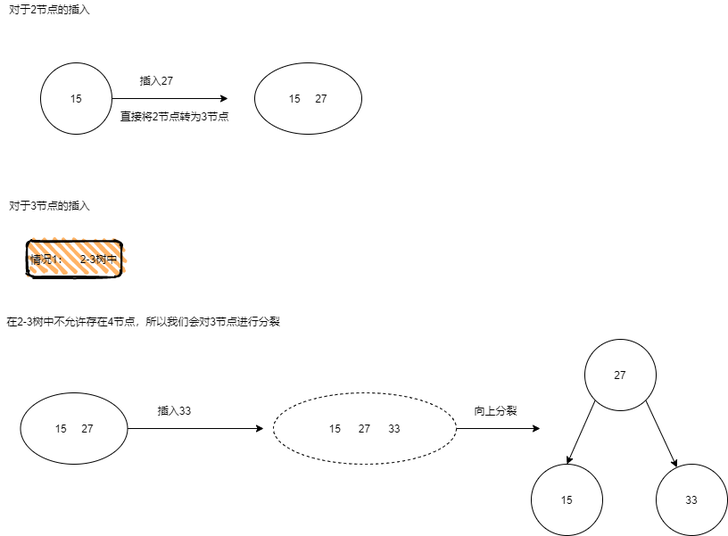
This is InsertIfuckDraw.png from moonhui/DrawFiles, a draw.io export, as it was before one commit. Source tidied: cells renumbered, new cells last; positions are measured from the earlier drawing's top-left corner, leaving out a move shared by most shapes.
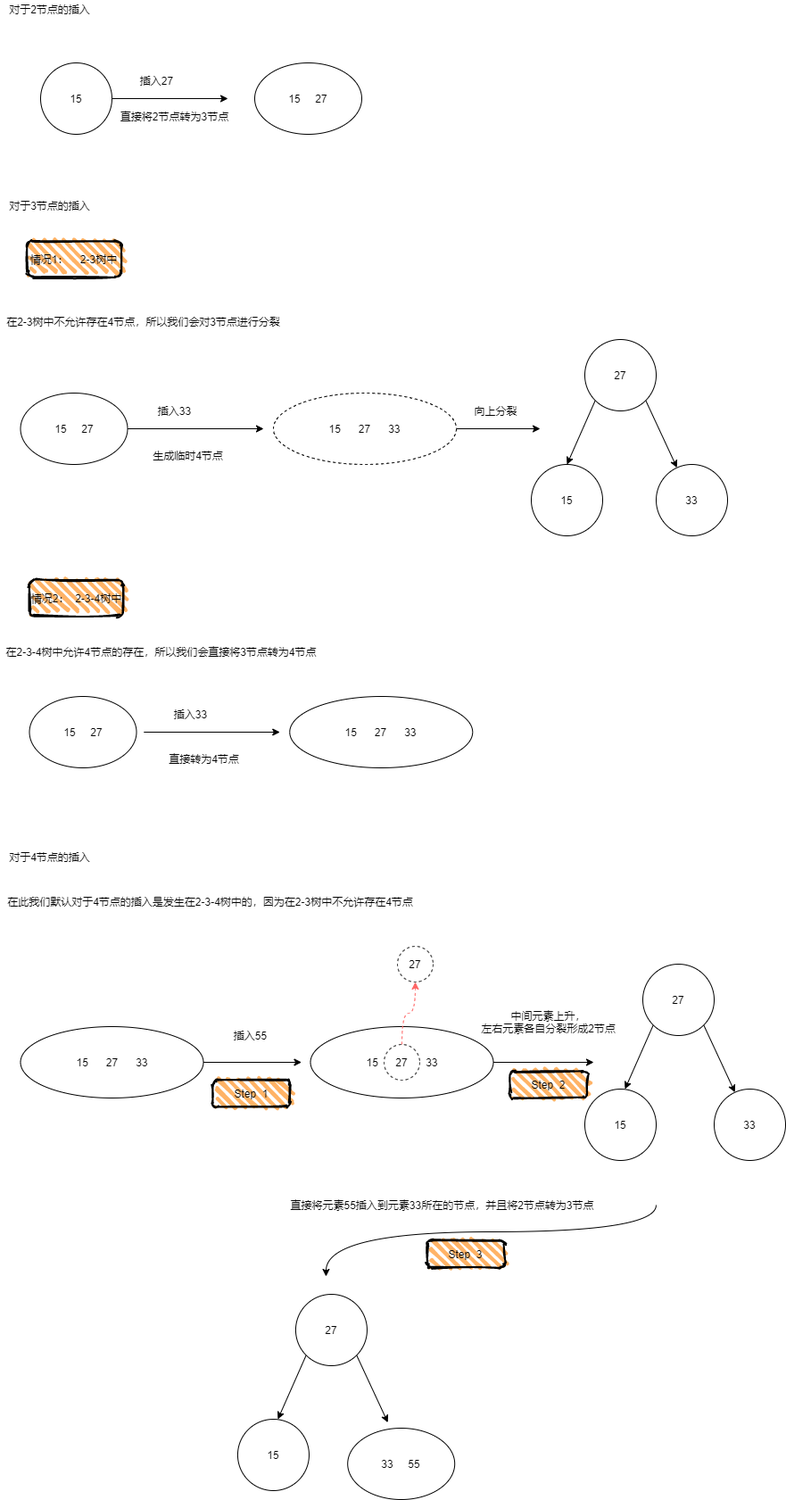
The same file after the commit.

The edit, as a diff of the source:
```diff
@@ -68,5 +68,127 @@
     <mxCell id="21" value="33" style="ellipse;whiteSpace=wrap;html=1;" parent="1" vertex="1">
       <mxGeometry x="735" y="520" width="80" height="80" as="geometry" />
     </mxCell>
+    <mxCell id="22" value="生成临时4节点" style="text;html=1;align=center;verticalAlign=middle;" parent="1" vertex="1">
+      <mxGeometry x="165" y="500" width="90" height="20" as="geometry" />
+    </mxCell>
+    <mxCell id="23" value="情况2：&amp;nbsp; 2-3-4树中" style="rounded=1;whiteSpace=wrap;html=1;strokeWidth=2;fillWeight=4;hachureGap=8;hachureAngle=45;sketch=1;fillColor=#FFB366;" parent="1" vertex="1">
+      <mxGeometry x="32.5" y="650" width="105" height="40" as="geometry" />
+    </mxCell>
+    <mxCell id="24" value="在2-3-4树中允许4节点的存在，所以我们会直接将3节点转为4节点" style="text;html=1;align=center;verticalAlign=middle;" parent="1" vertex="1">
+      <mxGeometry y="720" width="360" height="20" as="geometry" />
+    </mxCell>
+    <mxCell id="25" style="edgeStyle=orthogonalEdgeStyle;rounded=0;orthogonalLoop=1;jettySize=auto;html=1;exitX=1;exitY=0.5;exitDx=0;exitDy=0;" parent="1" edge="1">
+      <mxGeometry relative="1" as="geometry">
+        <mxPoint x="160.8" y="820" as="sourcePoint" />
+        <mxPoint x="313.2" y="820" as="targetPoint" />
+      </mxGeometry>
+    </mxCell>
+    <mxCell id="26" value="插入33" style="text;html=1;align=center;verticalAlign=middle;" parent="1" vertex="1">
+      <mxGeometry x="188.2" y="790" width="50" height="20" as="geometry" />
+    </mxCell>
+    <mxCell id="27" value="15&amp;nbsp; &amp;nbsp; &amp;nbsp; 27&amp;nbsp; &amp;nbsp; &amp;nbsp; 33" style="ellipse;whiteSpace=wrap;html=1;fillColor=#FFFFFF;" parent="1" vertex="1">
+      <mxGeometry x="324.2" y="780" width="205" height="80" as="geometry" />
+    </mxCell>
+    <mxCell id="28" value="直接转为4节点" style="text;html=1;align=center;verticalAlign=middle;" parent="1" vertex="1">
+      <mxGeometry x="183.2" y="840" width="90" height="20" as="geometry" />
+    </mxCell>
+    <mxCell id="29" value="15&amp;nbsp; &amp;nbsp; &amp;nbsp;27" style="ellipse;whiteSpace=wrap;html=1;" parent="1" vertex="1">
+      <mxGeometry x="32.5" y="780" width="120" height="80" as="geometry" />
+    </mxCell>
+    <mxCell id="30" value="对于4节点的插入" style="text;html=1;align=center;verticalAlign=middle;" parent="1" vertex="1">
+      <mxGeometry y="950" width="110" height="20" as="geometry" />
+    </mxCell>
+    <mxCell id="31" value="在此我们默认对于4节点的插入是发生在2-3-4树中的，因为在2-3树中不允许存在4节点" style="text;html=1;align=center;verticalAlign=middle;" parent="1" vertex="1">
+      <mxGeometry y="1000" width="470" height="20" as="geometry" />
+    </mxCell>
+    <mxCell id="32" style="edgeStyle=none;rounded=0;jettySize=auto;html=1;exitX=1;exitY=0.5;exitDx=0;exitDy=0;" parent="1" edge="1" source="33">
+      <mxGeometry relative="1" as="geometry">
+        <mxPoint x="337.5" y="1190" as="targetPoint" />
+      </mxGeometry>
+    </mxCell>
+    <mxCell id="33" value="15&amp;nbsp; &amp;nbsp; &amp;nbsp; 27&amp;nbsp; &amp;nbsp; &amp;nbsp; 33" style="ellipse;whiteSpace=wrap;html=1;fillColor=#FFFFFF;" parent="1" vertex="1">
+      <mxGeometry x="22.5" y="1150" width="205" height="80" as="geometry" />
+    </mxCell>
+    <mxCell id="34" style="edgeStyle=orthogonalEdgeStyle;curved=1;rounded=0;jettySize=auto;html=1;exitX=1;exitY=0.5;exitDx=0;exitDy=0;" parent="1" edge="1" source="35">
+      <mxGeometry relative="1" as="geometry">
+        <mxPoint x="665" y="1190" as="targetPoint" />
+      </mxGeometry>
+    </mxCell>
+    <mxCell id="35" value="15&amp;nbsp; &amp;nbsp; &amp;nbsp; 27&amp;nbsp; &amp;nbsp; &amp;nbsp; 33" style="ellipse;whiteSpace=wrap;html=1;fillColor=#FFFFFF;" parent="1" vertex="1">
+      <mxGeometry x="347.5" y="1150" width="205" height="80" as="geometry" />
+    </mxCell>
+    <mxCell id="36" value="27" style="ellipse;whiteSpace=wrap;html=1;fillColor=#FFFFFF;dashed=1;" parent="1" vertex="1">
+      <mxGeometry x="430" y="1170" width="40" height="40" as="geometry" />
+    </mxCell>
+    <mxCell id="37" value="27" style="ellipse;whiteSpace=wrap;html=1;fillColor=#FFFFFF;dashed=1;" parent="1" vertex="1">
+      <mxGeometry x="445" y="1060" width="40" height="40" as="geometry" />
+    </mxCell>
+    <mxCell id="38" style="endArrow=classic;html=1;entryX=0.5;entryY=1;entryDx=0;entryDy=0;edgeStyle=orthogonalEdgeStyle;curved=1;strokeColor=#FF6666;dashed=1;" parent="1" edge="1" source="36" target="37">
+      <mxGeometry relative="1" as="geometry" />
+    </mxCell>
+    <mxCell id="39" value="插入55" style="text;html=1;align=center;verticalAlign=middle;" parent="1" vertex="1">
+      <mxGeometry x="255" y="1150" width="50" height="20" as="geometry" />
+    </mxCell>
+    <mxCell id="40" value="中间元素上升，&lt;br&gt;左右元素各自分裂形成2节点" style="text;html=1;align=center;verticalAlign=middle;" parent="1" vertex="1">
+      <mxGeometry x="529.2" y="1130" width="170" height="30" as="geometry" />
+    </mxCell>
+    <mxCell id="41" style="rounded=0;jettySize=auto;html=1;exitX=0;exitY=1;exitDx=0;exitDy=0;entryX=0.5;entryY=0;entryDx=0;entryDy=0;" parent="1" edge="1" source="43">
+      <mxGeometry relative="1" as="geometry">
+        <mxPoint x="700" y="1220" as="targetPoint" />
+      </mxGeometry>
+    </mxCell>
+    <mxCell id="42" style="edgeStyle=none;rounded=0;jettySize=auto;html=1;exitX=1;exitY=1;exitDx=0;exitDy=0;" parent="1" edge="1" source="43" target="44">
+      <mxGeometry relative="1" as="geometry" />
+    </mxCell>
+    <mxCell id="43" value="27" style="ellipse;whiteSpace=wrap;html=1;" parent="1" vertex="1">
+      <mxGeometry x="720" y="1080" width="80" height="80" as="geometry" />
+    </mxCell>
+    <mxCell id="44" value="33" style="ellipse;whiteSpace=wrap;html=1;" parent="1" vertex="1">
+      <mxGeometry x="800" y="1220" width="80" height="80" as="geometry" />
+    </mxCell>
+    <mxCell id="45" value="15" style="ellipse;whiteSpace=wrap;html=1;" parent="1" vertex="1">
+      <mxGeometry x="655" y="1220" width="80" height="80" as="geometry" />
+    </mxCell>
+    <mxCell id="46" style="rounded=0;jettySize=auto;html=1;exitX=0;exitY=1;exitDx=0;exitDy=0;entryX=0.5;entryY=0;entryDx=0;entryDy=0;" parent="1" edge="1" source="48">
+      <mxGeometry relative="1" as="geometry">
+        <mxPoint x="310.9" y="1590" as="targetPoint" />
+      </mxGeometry>
+    </mxCell>
+    <mxCell id="47" style="edgeStyle=none;rounded=0;jettySize=auto;html=1;exitX=1;exitY=1;exitDx=0;exitDy=0;" parent="1" edge="1" source="48">
+      <mxGeometry relative="1" as="geometry">
+        <mxPoint x="434.2" y="1593.7" as="targetPoint" />
+      </mxGeometry>
+    </mxCell>
+    <mxCell id="48" value="27" style="ellipse;whiteSpace=wrap;html=1;" parent="1" vertex="1">
+      <mxGeometry x="330.9" y="1450" width="80" height="80" as="geometry" />
+    </mxCell>
+    <mxCell id="49" value="15" style="ellipse;whiteSpace=wrap;html=1;" parent="1" vertex="1">
+      <mxGeometry x="265.9" y="1590" width="80" height="80" as="geometry" />
+    </mxCell>
+    <mxCell id="50" value="33&amp;nbsp; &amp;nbsp; &amp;nbsp;55" style="ellipse;whiteSpace=wrap;html=1;" parent="1" vertex="1">
+      <mxGeometry x="389.2" y="1600" width="120" height="80" as="geometry" />
+    </mxCell>
+    <mxCell id="51" style="endArrow=classic;html=1;strokeColor=#000000;edgeStyle=orthogonalEdgeStyle;curved=1;" parent="1" edge="1">
+      <mxGeometry relative="1" as="geometry">
+        <mxPoint x="735" y="1350" as="sourcePoint" />
+        <mxPoint x="364.9" y="1430" as="targetPoint" />
+        <Array as="points">
+          <mxPoint x="735" y="1380" />
+          <mxPoint x="364.9" y="1380" />
+        </Array>
+      </mxGeometry>
+    </mxCell>
+    <mxCell id="52" value="Step&amp;nbsp; 1" style="rounded=1;whiteSpace=wrap;html=1;strokeWidth=2;fillWeight=4;hachureGap=8;hachureAngle=45;sketch=1;fillColor=#FFB366;" parent="1" vertex="1">
+      <mxGeometry x="238.2" y="1210" width="86.8" height="30" as="geometry" />
+    </mxCell>
+    <mxCell id="53" value="Step&amp;nbsp; 2" style="rounded=1;whiteSpace=wrap;html=1;strokeWidth=2;fillWeight=4;hachureGap=8;hachureAngle=45;sketch=1;fillColor=#FFB366;" parent="1" vertex="1">
+      <mxGeometry x="570.9" y="1200" width="86.8" height="30" as="geometry" />
+    </mxCell>
+    <mxCell id="54" value="Step&amp;nbsp; 3" style="rounded=1;whiteSpace=wrap;html=1;strokeWidth=2;fillWeight=4;hachureGap=8;hachureAngle=45;sketch=1;fillColor=#FFB366;" parent="1" vertex="1">
+      <mxGeometry x="478.2" y="1390" width="86.8" height="30" as="geometry" />
+    </mxCell>
+    <mxCell id="55" value="直接将元素55插入到元素33所在的节点，并且将2节点转为3节点" style="text;html=1;align=center;verticalAlign=middle;" parent="1" vertex="1">
+      <mxGeometry x="314.9" y="1340" width="360" height="20" as="geometry" />
+    </mxCell>
   </root>
 </mxGraphModel>
```
